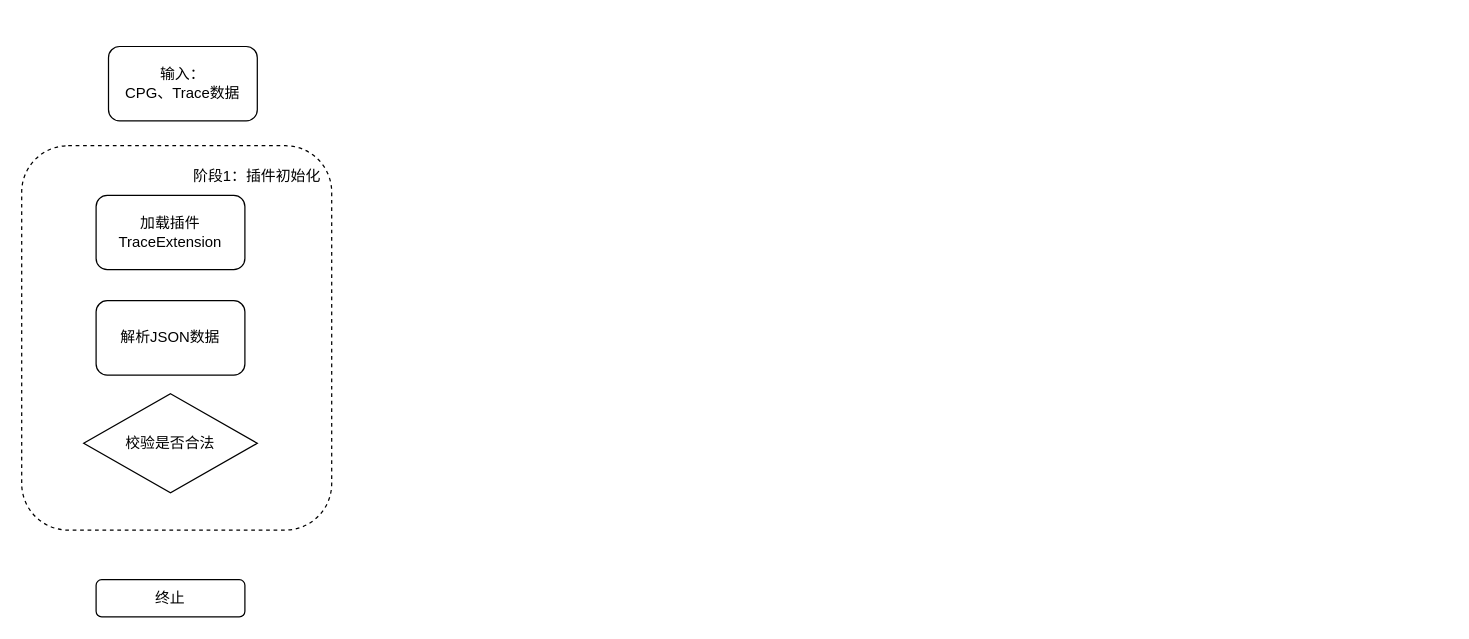
This is MindMap/CPG增强模块.drawio from hourhl/Draw-io, a draw.io file, before an edit. Source tidied: cells renumbered, new cells numbered last; positions are measured from the earlier drawing's top-left corner, leaving out a move shared by most shapes. Both pictures are drawn from the tidied source at 124%, with x=0, y=0 at pixel (21, 46).
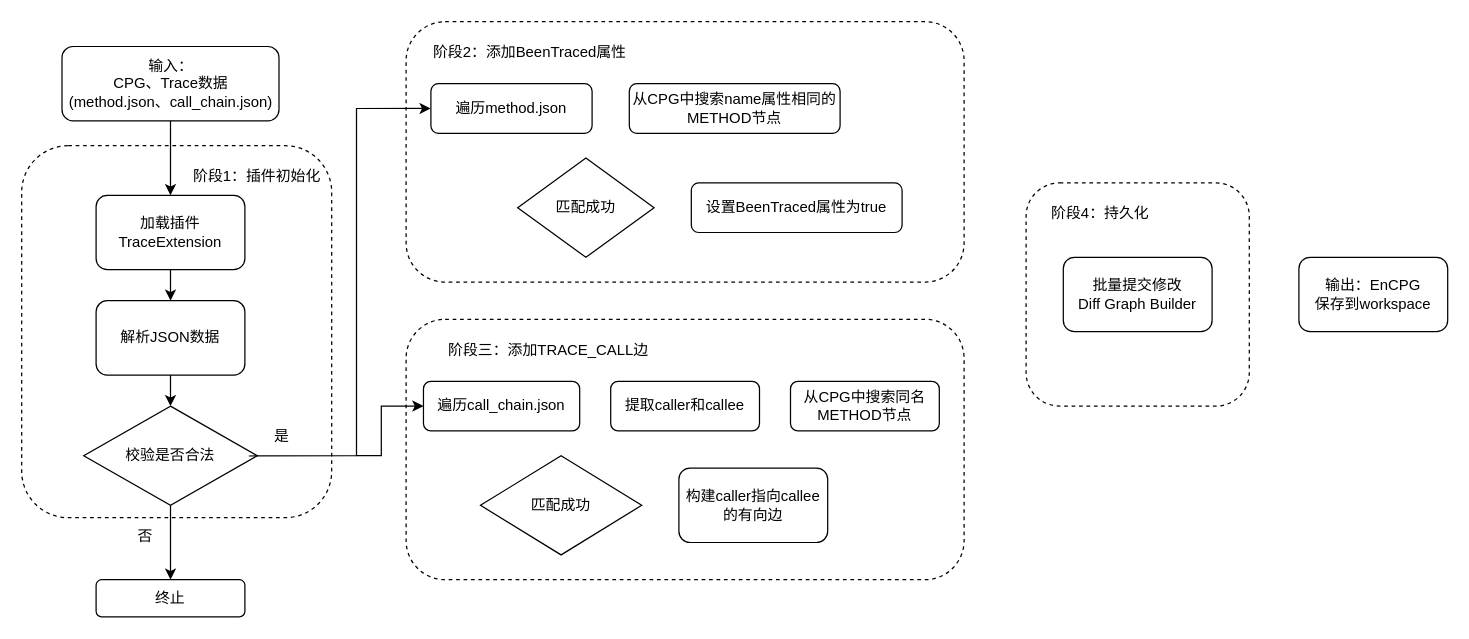
Above is the later version.

Commit message (it also covers changes not shown here):
更新CPG增强模块.drawio

Unchanged cells that the change refers to:
```xml
<mxCell id="5" value="加载插件&lt;div&gt;TraceExtension&lt;/div&gt;" style="rounded=1;whiteSpace=wrap;html=1;" parent="1" vertex="1">
  <mxGeometry x="60" y="120" width="120" height="60" as="geometry" />
</mxCell>
<mxCell id="6" value="解析JSON数据" style="rounded=1;whiteSpace=wrap;html=1;" parent="1" vertex="1">
  <mxGeometry x="60" y="205" width="120" height="60" as="geometry" />
</mxCell>
<mxCell id="8" value="终止" style="rounded=1;whiteSpace=wrap;html=1;" parent="1" vertex="1">
  <mxGeometry x="60" y="430" width="120" height="30" as="geometry" />
</mxCell>
```

What changed in the source:
```diff
@@
-    <mxCell id="2" value="输入：&lt;div&gt;&lt;span style=&quot;background-color: transparent; color: light-dark(rgb(0, 0, 0), rgb(255, 255, 255));&quot;&gt;CPG、&lt;/span&gt;&lt;span style=&quot;background-color: transparent; color: light-dark(rgb(0, 0, 0), rgb(255, 255, 255));&quot;&gt;Trace数据&lt;/span&gt;&lt;/div&gt;" style="rounded=1;whiteSpace=wrap;html=1;" parent="1" vertex="1">
-      <mxGeometry x="70" width="120" height="60" as="geometry" />
+    <mxCell id="2" value="输入：&lt;div&gt;&lt;span style=&quot;background-color: transparent; color: light-dark(rgb(0, 0, 0), rgb(255, 255, 255));&quot;&gt;CPG、&lt;/span&gt;&lt;span style=&quot;background-color: transparent; color: light-dark(rgb(0, 0, 0), rgb(255, 255, 255));&quot;&gt;Trace数据&lt;/span&gt;&lt;/div&gt;&lt;div&gt;&lt;span style=&quot;background-color: transparent; color: light-dark(rgb(0, 0, 0), rgb(255, 255, 255));&quot;&gt;(method.json、call_chain.json)&lt;/span&gt;&lt;/div&gt;" style="rounded=1;whiteSpace=wrap;html=1;" parent="1" vertex="1">
+      <mxGeometry x="32.5" width="175" height="60" as="geometry" />
     </mxCell>
     <mxCell id="3" style="rounded=1;whiteSpace=wrap;html=1;dashed=1;" parent="1" vertex="1">
-      <mxGeometry y="80" width="250" height="310" as="geometry" />
+      <mxGeometry y="80" width="250" height="300" as="geometry" />
     </mxCell>
@@
     <mxCell id="7" value="校验是否合法" style="rhombus;whiteSpace=wrap;html=1;" parent="1" vertex="1">
-      <mxGeometry x="50" y="280" width="140" height="80" as="geometry" />
+      <mxGeometry x="50" y="290" width="140" height="80" as="geometry" />
     </mxCell>
@@
+    <mxCell id="9" style="rounded=1;whiteSpace=wrap;html=1;dashed=1;" parent="1" vertex="1">
+      <mxGeometry x="310" y="-20" width="450" height="210" as="geometry" />
+    </mxCell>
+    <mxCell id="10" value="阶段2：添加BeenTraced属性" style="text;html=1;whiteSpace=wrap;strokeColor=none;fillColor=none;align=center;verticalAlign=middle;rounded=0;" parent="1" vertex="1">
+      <mxGeometry x="320" y="-10" width="180" height="30" as="geometry" />
+    </mxCell>
+    <mxCell id="11" value="遍历method.json" style="rounded=1;whiteSpace=wrap;html=1;" parent="1" vertex="1">
+      <mxGeometry x="330" y="30" width="130" height="40" as="geometry" />
+    </mxCell>
+    <mxCell id="12" value="从CPG中搜索name属性相同的METHOD节点" style="rounded=1;whiteSpace=wrap;html=1;" parent="1" vertex="1">
+      <mxGeometry x="490" y="30" width="170" height="40" as="geometry" />
+    </mxCell>
+    <mxCell id="13" value="匹配成功" style="rhombus;whiteSpace=wrap;html=1;" parent="1" vertex="1">
+      <mxGeometry x="400" y="90" width="110" height="80" as="geometry" />
+    </mxCell>
+    <mxCell id="14" value="设置BeenTraced属性为true" style="rounded=1;whiteSpace=wrap;html=1;" parent="1" vertex="1">
+      <mxGeometry x="540" y="110" width="170" height="40" as="geometry" />
+    </mxCell>
+    <mxCell id="15" style="rounded=1;whiteSpace=wrap;html=1;dashed=1;" parent="1" vertex="1">
+      <mxGeometry x="310" y="220" width="450" height="210" as="geometry" />
+    </mxCell>
+    <mxCell id="16" value="阶段三：添加TRACE_CALL边" style="text;html=1;whiteSpace=wrap;strokeColor=none;fillColor=none;align=center;verticalAlign=middle;rounded=0;" parent="1" vertex="1">
+      <mxGeometry x="320" y="230" width="210" height="30" as="geometry" />
+    </mxCell>
+    <mxCell id="17" value="遍历call_chain.json" style="rounded=1;whiteSpace=wrap;html=1;" parent="1" vertex="1">
+      <mxGeometry x="324" y="270" width="126" height="40" as="geometry" />
+    </mxCell>
+    <mxCell id="18" value="提取caller和callee" style="rounded=1;whiteSpace=wrap;html=1;" parent="1" vertex="1">
+      <mxGeometry x="475" y="270" width="120" height="40" as="geometry" />
+    </mxCell>
+    <mxCell id="19" value="从CPG中搜索同名METHOD节点" style="rounded=1;whiteSpace=wrap;html=1;" parent="1" vertex="1">
+      <mxGeometry x="620" y="270" width="120" height="40" as="geometry" />
+    </mxCell>
+    <mxCell id="20" value="匹配成功" style="rhombus;whiteSpace=wrap;html=1;" parent="1" vertex="1">
+      <mxGeometry x="370" y="330" width="130" height="80" as="geometry" />
+    </mxCell>
+    <mxCell id="21" value="构建caller指向callee的有向边" style="rounded=1;whiteSpace=wrap;html=1;" parent="1" vertex="1">
+      <mxGeometry x="530" y="340" width="120" height="60" as="geometry" />
+    </mxCell>
+    <mxCell id="22" style="rounded=1;whiteSpace=wrap;html=1;dashed=1;" parent="1" vertex="1">
+      <mxGeometry x="810" y="110" width="180" height="180" as="geometry" />
+    </mxCell>
+    <mxCell id="23" value="阶段4：持久化" style="text;html=1;whiteSpace=wrap;strokeColor=none;fillColor=none;align=center;verticalAlign=middle;rounded=0;" parent="1" vertex="1">
+      <mxGeometry x="820" y="120" width="100" height="30" as="geometry" />
+    </mxCell>
+    <mxCell id="24" value="批量提交修改&lt;div&gt;Diff Graph Builder&lt;/div&gt;" style="rounded=1;whiteSpace=wrap;html=1;" parent="1" vertex="1">
+      <mxGeometry x="840" y="170" width="120" height="60" as="geometry" />
+    </mxCell>
+    <mxCell id="25" value="输出：EnCPG&lt;div&gt;保存到workspace&lt;/div&gt;" style="rounded=1;whiteSpace=wrap;html=1;" parent="1" vertex="1">
+      <mxGeometry x="1030" y="170" width="120" height="60" as="geometry" />
+    </mxCell>
+    <mxCell id="26" style="endArrow=classic;html=1;rounded=0;exitX=0.5;exitY=1;exitDx=0;exitDy=0;entryX=0.5;entryY=0;entryDx=0;entryDy=0;" parent="1" edge="1" source="2" target="5">
+      <mxGeometry relative="1" as="geometry" />
+    </mxCell>
+    <mxCell id="27" style="endArrow=classic;html=1;rounded=0;exitX=0.5;exitY=1;exitDx=0;exitDy=0;" parent="1" edge="1" source="5" target="6">
+      <mxGeometry relative="1" as="geometry" />
+    </mxCell>
+    <mxCell id="28" style="endArrow=classic;html=1;rounded=0;exitX=0.5;exitY=1;exitDx=0;exitDy=0;entryX=0.5;entryY=0;entryDx=0;entryDy=0;" parent="1" edge="1" source="6" target="7">
+      <mxGeometry relative="1" as="geometry" />
+    </mxCell>
+    <mxCell id="29" style="endArrow=classic;html=1;rounded=0;exitX=0.5;exitY=1;exitDx=0;exitDy=0;" parent="1" edge="1" source="7" target="8">
+      <mxGeometry relative="1" as="geometry" />
+    </mxCell>
+    <mxCell id="30" value="否" style="text;html=1;whiteSpace=wrap;strokeColor=none;fillColor=none;align=center;verticalAlign=middle;rounded=0;" parent="1" vertex="1">
+      <mxGeometry x="70" y="380" width="60" height="30" as="geometry" />
+    </mxCell>
+    <mxCell id="31" style="endArrow=classic;html=1;rounded=0;exitX=0.951;exitY=0.503;exitDx=0;exitDy=0;exitPerimeter=0;entryX=0.044;entryY=0.333;entryDx=0;entryDy=0;entryPerimeter=0;" parent="1" edge="1" source="7" target="9">
+      <mxGeometry relative="1" as="geometry">
+        <Array as="points">
+          <mxPoint x="270" y="330" />
+          <mxPoint x="270" y="50" />
+        </Array>
+      </mxGeometry>
+    </mxCell>
+    <mxCell id="32" value="是" style="text;html=1;whiteSpace=wrap;strokeColor=none;fillColor=none;align=center;verticalAlign=middle;rounded=0;" parent="1" vertex="1">
+      <mxGeometry x="180" y="300" width="60" height="30" as="geometry" />
+    </mxCell>
+    <mxCell id="33" style="endArrow=classic;html=1;rounded=0;entryX=0;entryY=0.5;entryDx=0;entryDy=0;" parent="1" edge="1" target="17">
+      <mxGeometry relative="1" as="geometry">
+        <mxPoint x="270" y="330" as="sourcePoint" />
+        <Array as="points">
+          <mxPoint x="290" y="330" />
+          <mxPoint x="290" y="290" />
+        </Array>
+      </mxGeometry>
+    </mxCell>
```
